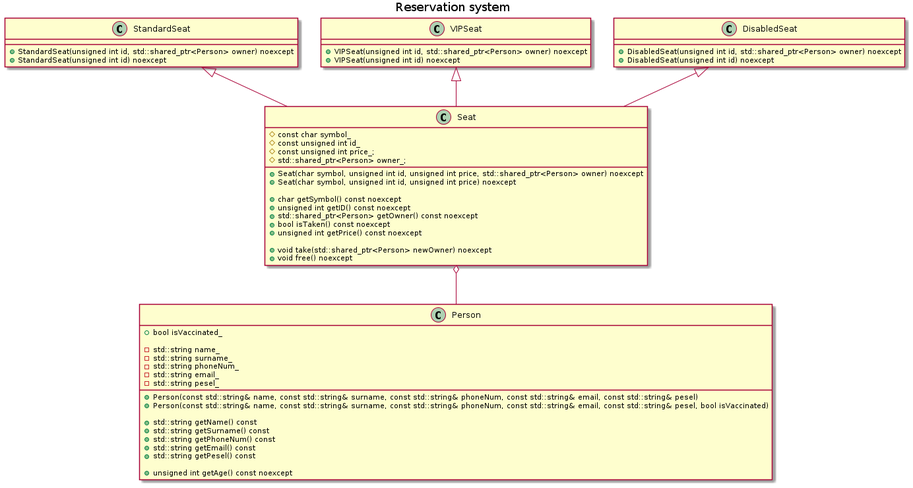
The PlantUML diagram out/reservation-system/Reservation system.png in anraf1001/reservation-system, before a commit.
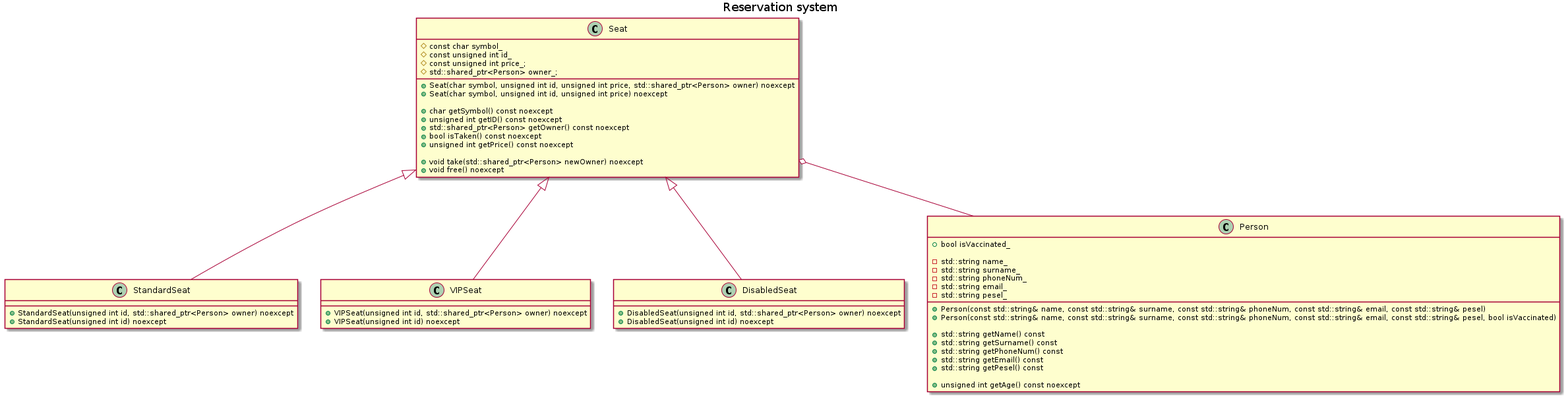
Later version of the same file.

Diff of the diagram source:
```diff
@@ -59,9 +59,9 @@
     -std::string pesel_
 }
 
-StandardSeat <|-- Seat
-VIPSeat <|-- Seat
-DisabledSeat <|-- Seat
+Seat <|-- StandardSeat
+Seat <|-- VIPSeat
+Seat <|-- DisabledSeat
 
 Seat o-- Person
 
```
